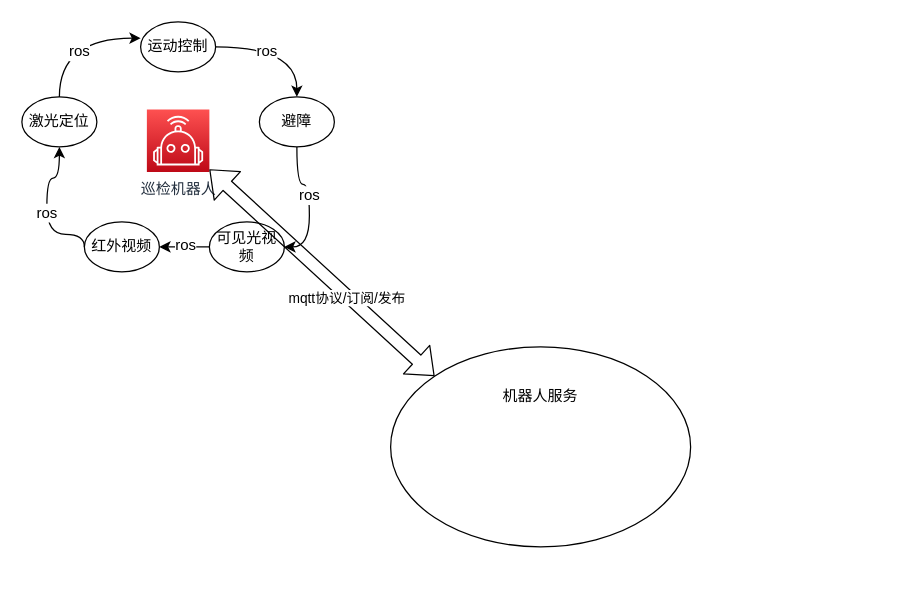
Earlier version of the draw.io diagram 易达智慧运维监控系统通讯图.drawio (wangyufei0807/draw). Source tidied: cells renumbered, new cells numbered last; positions are measured from the earlier drawing's top-left corner, leaving out a move shared by most shapes. Both pictures are drawn from the tidied source at 125%, with x=0, y=0 at pixel (21, 21).
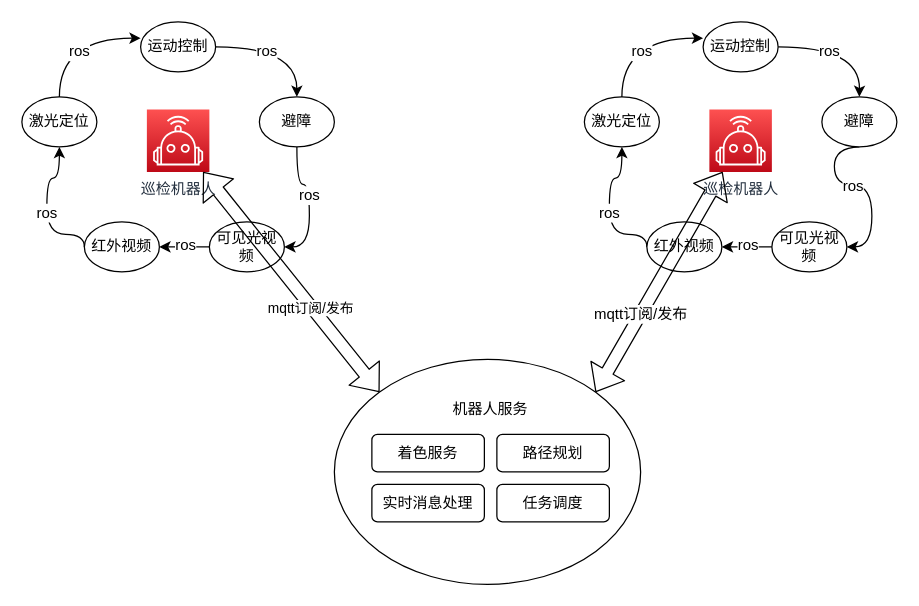
The same page after the edit.

Commit message (it also covers changes not shown here):
更新易达智慧运维监控系统通讯图.drawio

The change refers to these unchanged cells:
```xml
<mxCell id="2" value="巡检机器人" style="outlineConnect=0;fontColor=#232F3E;gradientColor=#FE5151;gradientDirection=north;fillColor=#BE0917;strokeColor=#ffffff;dashed=0;verticalLabelPosition=bottom;verticalAlign=top;align=center;html=1;fontSize=12;fontStyle=0;shape=mxgraph.aws4.resourceIcon;resIcon=mxgraph.aws4.robotics;" parent="1" vertex="1">
  <mxGeometry x="100" y="70" width="50" height="50" as="geometry" />
</mxCell>
```

What changed in the source:
```diff
@@
     <mxCell id="18" style="ellipse;whiteSpace=wrap;html=1;" parent="1" vertex="1">
-      <mxGeometry x="295" y="260" width="240" height="160" as="geometry" />
+      <mxGeometry x="250" y="270" width="245" height="180" as="geometry" />
     </mxCell>
     <mxCell id="19" value="机器人服务" style="text;html=1;strokeColor=none;fillColor=none;align=center;verticalAlign=middle;whiteSpace=wrap;rounded=0;" parent="1" vertex="1">
-      <mxGeometry x="380" y="290" width="70" height="20" as="geometry" />
+      <mxGeometry x="340" y="300" width="70" height="20" as="geometry" />
     </mxCell>
-    <mxCell id="20" value="mqtt协议/订阅/发布" style="shape=flexArrow;endArrow=classic;startArrow=classic;html=1;exitX=0;exitY=0;exitDx=0;exitDy=0;" parent="1" edge="1" source="18" target="2">
+    <mxCell id="20" value="mqtt订阅/发布" style="shape=flexArrow;endArrow=classic;startArrow=classic;html=1;exitX=0;exitY=0;exitDx=0;exitDy=0;" parent="1" edge="1" source="18" target="2">
       <mxGeometry x="-0.23" y="1" relative="1" as="geometry" />
     </mxCell>
+    <mxCell id="21" value="着色服务" style="rounded=1;whiteSpace=wrap;html=1;" parent="1" vertex="1">
+      <mxGeometry x="280" y="330" width="90" height="30" as="geometry" />
+    </mxCell>
+    <mxCell id="22" value="路径规划" style="rounded=1;whiteSpace=wrap;html=1;" parent="1" vertex="1">
+      <mxGeometry x="380" y="330" width="90" height="30" as="geometry" />
+    </mxCell>
+    <mxCell id="23" value="实时消息处理" style="rounded=1;whiteSpace=wrap;html=1;" parent="1" vertex="1">
+      <mxGeometry x="280" y="370" width="90" height="30" as="geometry" />
+    </mxCell>
+    <mxCell id="24" value="任务调度" style="rounded=1;whiteSpace=wrap;html=1;" parent="1" vertex="1">
+      <mxGeometry x="380" y="370" width="90" height="30" as="geometry" />
+    </mxCell>
+    <mxCell id="25" value="巡检机器人" style="outlineConnect=0;fontColor=#232F3E;gradientColor=#FE5151;gradientDirection=north;fillColor=#BE0917;strokeColor=#ffffff;dashed=0;verticalLabelPosition=bottom;verticalAlign=top;align=center;html=1;fontSize=12;fontStyle=0;shape=mxgraph.aws4.resourceIcon;resIcon=mxgraph.aws4.robotics;" parent="1" vertex="1">
+      <mxGeometry x="550" y="70" width="50" height="50" as="geometry" />
+    </mxCell>
+    <mxCell id="26" style="edgeStyle=orthogonalEdgeStyle;curved=1;rounded=0;jettySize=auto;html=1;exitX=0.5;exitY=0;exitDx=0;exitDy=0;entryX=0;entryY=0.325;entryDx=0;entryDy=0;entryPerimeter=0;" parent="1" edge="1" source="28" target="31">
+      <mxGeometry relative="1" as="geometry" />
+    </mxCell>
+    <mxCell id="27" value="ros" style="text;html=1;align=center;verticalAlign=middle;labelBackgroundColor=#ffffff;" parent="26" vertex="1">
+      <mxGeometry x="-0.34" y="-15" relative="1" as="geometry" />
+    </mxCell>
+    <mxCell id="28" value="激光定位" style="ellipse;whiteSpace=wrap;html=1;" parent="1" vertex="1">
+      <mxGeometry x="450" y="60" width="60" height="40" as="geometry" />
+    </mxCell>
+    <mxCell id="29" style="edgeStyle=orthogonalEdgeStyle;rounded=0;jettySize=auto;html=1;exitX=1;exitY=0.5;exitDx=0;exitDy=0;entryX=0.5;entryY=0;entryDx=0;entryDy=0;curved=1;" parent="1" edge="1" source="31">
+      <mxGeometry relative="1" as="geometry">
+        <mxPoint x="670" y="60" as="targetPoint" />
+      </mxGeometry>
+    </mxCell>
+    <mxCell id="30" value="ros" style="text;html=1;align=center;verticalAlign=middle;labelBackgroundColor=#ffffff;" parent="29" vertex="1">
+      <mxGeometry x="-0.24" y="-3" relative="1" as="geometry" />
+    </mxCell>
+    <mxCell id="31" value="运动控制" style="ellipse;whiteSpace=wrap;html=1;" parent="1" vertex="1">
+      <mxGeometry x="545" width="60" height="40" as="geometry" />
+    </mxCell>
+    <mxCell id="32" style="edgeStyle=orthogonalEdgeStyle;curved=1;rounded=0;jettySize=auto;html=1;exitX=0.5;exitY=1;exitDx=0;exitDy=0;entryX=1;entryY=0.5;entryDx=0;entryDy=0;" parent="1" edge="1" target="36">
+      <mxGeometry relative="1" as="geometry">
+        <mxPoint x="670" y="100" as="sourcePoint" />
+      </mxGeometry>
+    </mxCell>
+    <mxCell id="33" value="ros" style="text;html=1;align=center;verticalAlign=middle;labelBackgroundColor=#ffffff;" parent="32" vertex="1">
+      <mxGeometry x="-0.13" y="-1" relative="1" as="geometry" />
+    </mxCell>
+    <mxCell id="34" style="edgeStyle=orthogonalEdgeStyle;curved=1;rounded=0;jettySize=auto;html=1;exitX=0;exitY=0.5;exitDx=0;exitDy=0;entryX=1;entryY=0.5;entryDx=0;entryDy=0;" parent="1" edge="1" source="36" target="39">
+      <mxGeometry relative="1" as="geometry" />
+    </mxCell>
+    <mxCell id="35" value="ros" style="text;html=1;align=center;verticalAlign=middle;labelBackgroundColor=#ffffff;" parent="34" vertex="1">
+      <mxGeometry y="-2" relative="1" as="geometry" />
+    </mxCell>
+    <mxCell id="36" value="可见光视频" style="ellipse;whiteSpace=wrap;html=1;" parent="1" vertex="1">
+      <mxGeometry x="600" y="160" width="60" height="40" as="geometry" />
+    </mxCell>
+    <mxCell id="37" style="edgeStyle=orthogonalEdgeStyle;curved=1;rounded=0;jettySize=auto;html=1;exitX=0;exitY=0.5;exitDx=0;exitDy=0;" parent="1" edge="1" source="39" target="28">
+      <mxGeometry relative="1" as="geometry">
+        <Array as="points">
+          <mxPoint x="470" y="170" />
+          <mxPoint x="470" y="125" />
+          <mxPoint x="480" y="125" />
+        </Array>
+      </mxGeometry>
+    </mxCell>
+    <mxCell id="38" value="ros" style="text;html=1;align=center;verticalAlign=middle;labelBackgroundColor=#ffffff;" parent="37" vertex="1">
+      <mxGeometry x="-0.03" y="1" relative="1" as="geometry" />
+    </mxCell>
+    <mxCell id="39" value="红外视频" style="ellipse;whiteSpace=wrap;html=1;" parent="1" vertex="1">
+      <mxGeometry x="500" y="160" width="60" height="40" as="geometry" />
+    </mxCell>
+    <mxCell id="40" value="避障" style="ellipse;whiteSpace=wrap;html=1;" parent="1" vertex="1">
+      <mxGeometry x="640" y="60" width="60" height="40" as="geometry" />
+    </mxCell>
+    <mxCell id="41" style="shape=flexArrow;endArrow=classic;startArrow=classic;html=1;exitX=1;exitY=0;exitDx=0;exitDy=0;" parent="1" edge="1" source="18" target="25">
+      <mxGeometry relative="1" as="geometry" />
+    </mxCell>
+    <mxCell id="42" value="mqtt订阅/发布" style="text;html=1;align=center;verticalAlign=middle;labelBackgroundColor=#ffffff;" parent="41" vertex="1">
+      <mxGeometry x="-0.29" y="1" relative="1" as="geometry" />
+    </mxCell>
```
